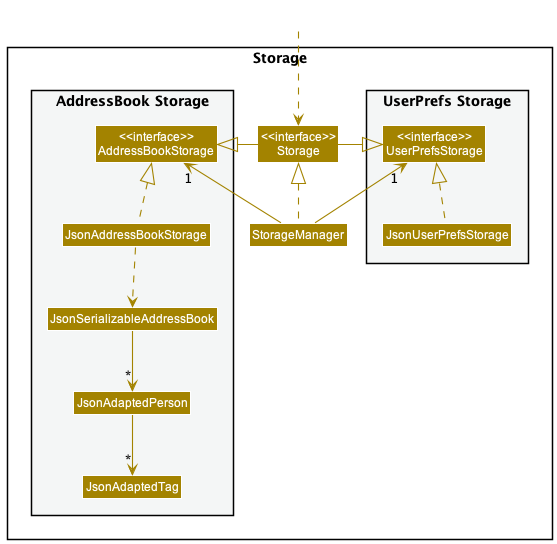
Before: docs/images/StorageClassDiagram.png, a diagram exported from PlantUML (nus-cs2103-AY2223S2/tp).
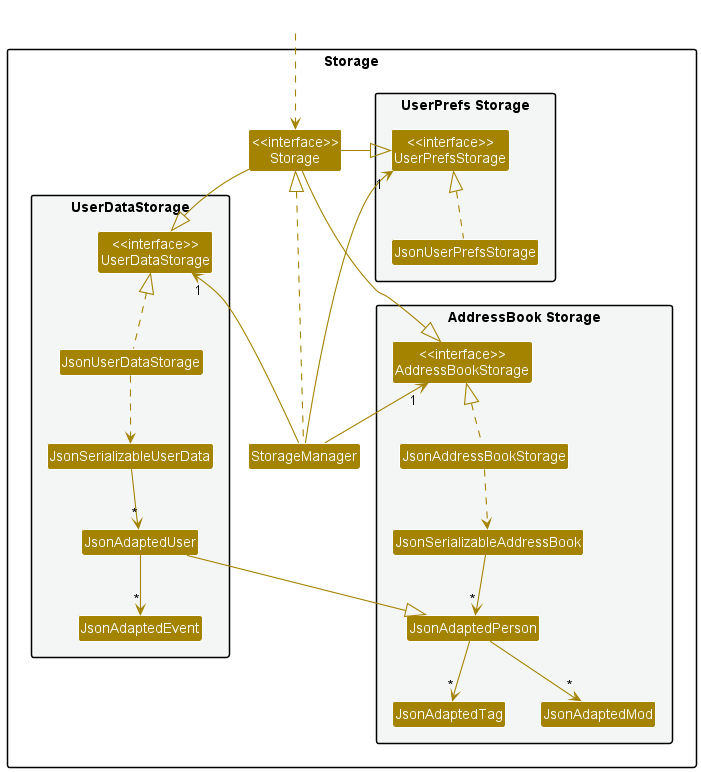
Above is the later version.

Commit message:
Change Storage UML diagram and DG description to account for the new UserDataStorage class.

Diff of the diagram source:
```diff
@@ -20,6 +20,15 @@
 Class JsonSerializableAddressBook
 Class JsonAdaptedPerson
 Class JsonAdaptedTag
+Class JsonAdaptedMod
+}
+
+package "UserDataStorage" #F4F6F6{
+Class "<<interface>>\nUserDataStorage" as UserDataStorage
+Class JsonUserDataStorage
+Class JsonSerializableUserData
+Class JsonAdaptedEvent
+Class JsonAdaptedUser
 }
 
 }
@@ -30,14 +39,24 @@
 StorageManager .up.|> Storage
 StorageManager -up-> "1" UserPrefsStorage
 StorageManager -up-> "1" AddressBookStorage
+StorageManager -up-> "1" UserDataStorage
 
 Storage -left-|> UserPrefsStorage
 Storage -right-|> AddressBookStorage
+Storage -down-|> UserDataStorage
 
 JsonUserPrefsStorage .up.|> UserPrefsStorage
 JsonAddressBookStorage .up.|> AddressBookStorage
 JsonAddressBookStorage ..> JsonSerializableAddressBook
 JsonSerializableAddressBook --> "*" JsonAdaptedPerson
 JsonAdaptedPerson --> "*" JsonAdaptedTag
+JsonAdaptedPerson --> "*" JsonAdaptedMod
+
+JsonUserDataStorage .up.|> UserDataStorage
+JsonUserDataStorage ..> JsonSerializableUserData
+JsonSerializableUserData --> "*" JsonAdaptedUser
+JsonAdaptedUser --|> JsonAdaptedPerson
+JsonAdaptedUser --> "*" JsonAdaptedEvent
+
 
 @enduml
```
